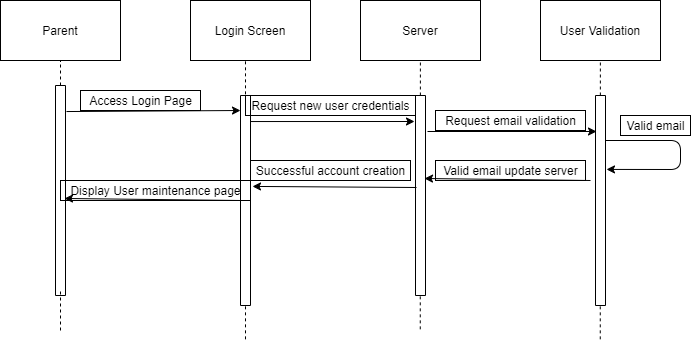
This is Deliverables/Week_3/Use_Case/Parent/Sequence Diagrams/Registration.png from Hanandrof/Group-3-Repository, a draw.io export, as it was before one commit. Source tidied: cells renumbered, new cells last; positions are measured from the earlier drawing's top-left corner, leaving out a move shared by most shapes.
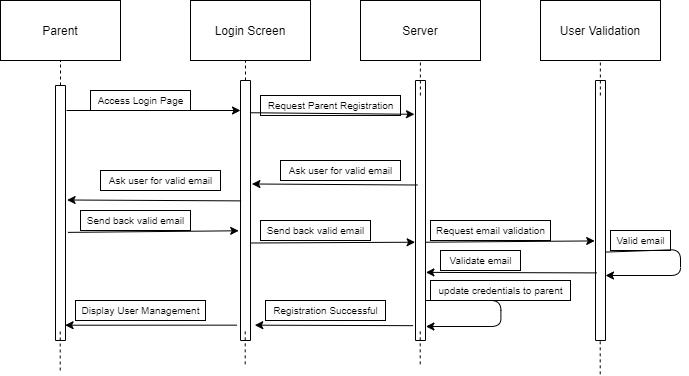
Above is the later version.

Change to the diagram source:
```diff
@@ -2,128 +2,160 @@
   <root>
     <mxCell id="0" />
     <mxCell id="1" parent="0" />
-    <mxCell id="2" value="Parent" style="rounded=0;whiteSpace=wrap;html=1;" parent="1" vertex="1">
+    <mxCell id="2" value="Parent" style="rounded=0;whiteSpace=wrap;html=1;fontSize=12;" parent="1" vertex="1">
       <mxGeometry width="120" height="60" as="geometry" />
     </mxCell>
-    <mxCell id="3" value="Server" style="rounded=0;whiteSpace=wrap;html=1;" parent="1" vertex="1">
+    <mxCell id="3" value="Server" style="rounded=0;whiteSpace=wrap;html=1;fontSize=12;" parent="1" vertex="1">
       <mxGeometry x="360" width="120" height="60" as="geometry" />
     </mxCell>
-    <mxCell id="4" value="Login Screen" style="rounded=0;whiteSpace=wrap;html=1;" parent="1" vertex="1">
+    <mxCell id="4" value="Login Screen" style="rounded=0;whiteSpace=wrap;html=1;fontSize=12;" parent="1" vertex="1">
       <mxGeometry x="190" width="120" height="60" as="geometry" />
     </mxCell>
-    <mxCell id="5" value="User Validation" style="rounded=0;whiteSpace=wrap;html=1;" parent="1" vertex="1">
+    <mxCell id="5" value="User Validation" style="rounded=0;whiteSpace=wrap;html=1;fontSize=12;" parent="1" vertex="1">
       <mxGeometry x="540" width="120" height="60" as="geometry" />
     </mxCell>
-    <mxCell id="6" style="rounded=0;whiteSpace=wrap;html=1;direction=south;" parent="1" vertex="1">
-      <mxGeometry x="55" y="85" width="10" height="210" as="geometry" />
+    <mxCell id="6" style="rounded=0;whiteSpace=wrap;html=1;direction=south;fontSize=10;" parent="1" vertex="1">
+      <mxGeometry x="55" y="85" width="10" height="255" as="geometry" />
     </mxCell>
-    <mxCell id="7" style="rounded=0;whiteSpace=wrap;html=1;direction=south;" parent="1" vertex="1">
-      <mxGeometry x="240" y="95" width="10" height="210" as="geometry" />
+    <mxCell id="7" style="rounded=0;whiteSpace=wrap;html=1;direction=south;fontSize=10;" parent="1" vertex="1">
+      <mxGeometry x="240" y="80" width="10" height="260" as="geometry" />
     </mxCell>
-    <mxCell id="8" style="rounded=0;whiteSpace=wrap;html=1;direction=south;" parent="1" vertex="1">
-      <mxGeometry x="415" y="95" width="10" height="200" as="geometry" />
+    <mxCell id="8" style="rounded=0;whiteSpace=wrap;html=1;direction=south;fontSize=10;" parent="1" vertex="1">
+      <mxGeometry x="415" y="80" width="10" height="260" as="geometry" />
     </mxCell>
-    <mxCell id="9" style="rounded=0;whiteSpace=wrap;html=1;direction=south;" parent="1" vertex="1">
-      <mxGeometry x="595" y="95" width="10" height="210" as="geometry" />
+    <mxCell id="9" style="rounded=0;whiteSpace=wrap;html=1;direction=south;fontSize=10;" parent="1" vertex="1">
+      <mxGeometry x="595" y="80" width="10" height="260" as="geometry" />
     </mxCell>
-    <mxCell id="10" style="endArrow=none;dashed=1;html=1;entryX=0.5;entryY=1;entryDx=0;entryDy=0;exitX=0;exitY=0.5;exitDx=0;exitDy=0;" parent="1" edge="1" source="6" target="2">
+    <mxCell id="10" style="endArrow=none;dashed=1;html=1;entryX=0.5;entryY=1;entryDx=0;entryDy=0;exitX=0;exitY=0.5;exitDx=0;exitDy=0;fontSize=10;" parent="1" edge="1" source="6" target="2">
       <mxGeometry relative="1" as="geometry" />
     </mxCell>
-    <mxCell id="11" style="endArrow=none;dashed=1;html=1;entryX=0.5;entryY=1;entryDx=0;entryDy=0;" parent="1" edge="1">
+    <mxCell id="11" style="endArrow=none;dashed=1;html=1;entryX=0.5;entryY=1;entryDx=0;entryDy=0;fontSize=10;" parent="1" edge="1">
       <mxGeometry relative="1" as="geometry">
-        <mxPoint x="60" y="330" as="sourcePoint" />
-        <mxPoint x="60" y="290" as="targetPoint" />
+        <mxPoint x="59.7" y="370" as="sourcePoint" />
+        <mxPoint x="59.7" y="330" as="targetPoint" />
       </mxGeometry>
     </mxCell>
-    <mxCell id="12" style="endArrow=classic;html=1;exitX=0.124;exitY=-0.1;exitDx=0;exitDy=0;exitPerimeter=0;" parent="1" edge="1" source="6">
+    <mxCell id="12" style="endArrow=classic;html=1;fontSize=10;" parent="1" edge="1">
       <mxGeometry relative="1" as="geometry">
+        <mxPoint x="66" y="110" as="sourcePoint" />
         <mxPoint x="240" y="110" as="targetPoint" />
       </mxGeometry>
     </mxCell>
-    <mxCell id="13" value="Access Login Page" style="text;html=1;align=center;verticalAlign=middle;strokeColor=#000000;" parent="1" vertex="1">
-      <mxGeometry x="80" y="90" width="120" height="20" as="geometry" />
+    <mxCell id="13" value="Access Login Page" style="text;html=1;align=center;verticalAlign=middle;strokeColor=#000000;fontSize=10;" parent="1" vertex="1">
+      <mxGeometry x="90" y="90" width="100" height="20" as="geometry" />
     </mxCell>
-    <mxCell id="14" style="endArrow=classic;html=1;exitX=0.124;exitY=0;exitDx=0;exitDy=0;exitPerimeter=0;entryX=0.13;entryY=1.1;entryDx=0;entryDy=0;entryPerimeter=0;" parent="1" edge="1" source="7" target="8">
+    <mxCell id="14" style="endArrow=classic;html=1;exitX=0.124;exitY=0;exitDx=0;exitDy=0;exitPerimeter=0;entryX=0.13;entryY=1.1;entryDx=0;entryDy=0;entryPerimeter=0;fontSize=10;" parent="1" edge="1" source="7" target="8">
       <mxGeometry relative="1" as="geometry" />
     </mxCell>
-    <mxCell id="15" value="Request new user credentials" style="text;html=1;align=center;verticalAlign=middle;points=[];strokeColor=#000000;" parent="1" vertex="1">
-      <mxGeometry x="245" y="95" width="170" height="20" as="geometry" />
+    <mxCell id="15" value="Request Parent Registration" style="text;html=1;align=center;verticalAlign=middle;points=[];strokeColor=#000000;fontSize=10;" parent="1" vertex="1">
+      <mxGeometry x="260" y="95" width="140" height="20" as="geometry" />
     </mxCell>
-    <mxCell id="16" style="endArrow=classic;html=1;" parent="1" edge="1">
-      <mxGeometry relative="1" as="geometry">
-        <mxPoint x="427" y="131" as="sourcePoint" />
-        <mxPoint x="596" y="131" as="targetPoint" />
-      </mxGeometry>
-    </mxCell>
-    <mxCell id="17" value="Request email validation" style="text;html=1;align=center;verticalAlign=middle;strokeColor=#000000;" parent="1" vertex="1">
-      <mxGeometry x="435" y="110" width="150" height="20" as="geometry" />
-    </mxCell>
-    <mxCell id="18" style="endArrow=classic;html=1;entryX=0.352;entryY=-0.1;entryDx=0;entryDy=0;entryPerimeter=0;" parent="1" edge="1" target="9">
+    <mxCell id="18" style="endArrow=classic;html=1;entryX=0.75;entryY=0;entryDx=0;entryDy=0;exitX=0.66;exitY=0.04;exitDx=0;exitDy=0;exitPerimeter=0;fontSize=10;" parent="1" edge="1" source="9" target="9">
       <mxGeometry relative="1" as="geometry">
-        <mxPoint x="605" y="140" as="sourcePoint" />
         <Array as="points">
-          <mxPoint x="680" y="140" />
-          <mxPoint x="680" y="169" />
+          <mxPoint x="680" y="249" />
+          <mxPoint x="680" y="275" />
         </Array>
       </mxGeometry>
     </mxCell>
-    <mxCell id="19" value="Valid email" style="text;html=1;align=center;verticalAlign=middle;strokeColor=#000000;" parent="1" vertex="1">
-      <mxGeometry x="620" y="115" width="70" height="20" as="geometry" />
+    <mxCell id="19" value="Valid email" style="text;html=1;align=center;verticalAlign=middle;strokeColor=#000000;fontSize=10;" parent="1" vertex="1">
+      <mxGeometry x="610" y="230" width="60" height="20" as="geometry" />
     </mxCell>
-    <mxCell id="20" style="endArrow=classic;html=1;entryX=0.415;entryY=0.1;entryDx=0;entryDy=0;entryPerimeter=0;" parent="1" edge="1" target="8">
-      <mxGeometry relative="1" as="geometry">
-        <mxPoint x="590" y="180" as="sourcePoint" />
-      </mxGeometry>
-    </mxCell>
-    <mxCell id="21" style="endArrow=classic;html=1;exitX=0.46;exitY=0.9;exitDx=0;exitDy=0;exitPerimeter=0;entryX=0.433;entryY=-0.2;entryDx=0;entryDy=0;entryPerimeter=0;" parent="1" edge="1" source="8" target="7">
+    <mxCell id="21" style="endArrow=classic;html=1;exitX=0.402;exitY=0.8;exitDx=0;exitDy=0;exitPerimeter=0;entryX=0.398;entryY=-0.14;entryDx=0;entryDy=0;entryPerimeter=0;fontSize=10;" parent="1" edge="1" source="8" target="7">
       <mxGeometry relative="1" as="geometry" />
     </mxCell>
-    <mxCell id="22" style="endArrow=classic;html=1;exitX=0.5;exitY=1;exitDx=0;exitDy=0;entryX=0.538;entryY=0.1;entryDx=0;entryDy=0;entryPerimeter=0;" parent="1" edge="1" source="7" target="6">
+    <mxCell id="22" style="endArrow=classic;html=1;exitX=0.463;exitY=0.94;exitDx=0;exitDy=0;entryX=0.449;entryY=-0.16;entryDx=0;entryDy=0;entryPerimeter=0;exitPerimeter=0;fontSize=10;" parent="1" edge="1" source="7" target="6">
       <mxGeometry relative="1" as="geometry" />
     </mxCell>
-    <mxCell id="23" value="Successful account creation" style="text;html=1;align=center;verticalAlign=middle;strokeColor=#000000;" parent="1" vertex="1">
-      <mxGeometry x="250" y="160" width="160" height="20" as="geometry" />
+    <mxCell id="23" value="Ask user for valid email" style="text;html=1;align=center;verticalAlign=middle;strokeColor=#000000;fontSize=10;" parent="1" vertex="1">
+      <mxGeometry x="280" y="160" width="120" height="20" as="geometry" />
     </mxCell>
-    <mxCell id="24" value="Valid email update server" style="text;html=1;align=center;verticalAlign=middle;strokeColor=#000000;" parent="1" vertex="1">
-      <mxGeometry x="435" y="160" width="150" height="20" as="geometry" />
-    </mxCell>
-    <mxCell id="25" value="Display User maintenance page" style="text;html=1;align=center;verticalAlign=middle;strokeColor=#000000;" parent="1" vertex="1">
-      <mxGeometry x="60" y="180" width="190" height="20" as="geometry" />
+    <mxCell id="25" value="Send back valid email" style="text;html=1;align=center;verticalAlign=middle;strokeColor=#000000;fontSize=10;" parent="1" vertex="1">
+      <mxGeometry x="80" y="210" width="110" height="20" as="geometry" />
     </mxCell>
-    <mxCell id="26" style="endArrow=none;dashed=1;html=1;entryX=0.5;entryY=1;entryDx=0;entryDy=0;exitX=0;exitY=-0.058;exitDx=0;exitDy=0;exitPerimeter=0;" parent="1" edge="1" source="15">
+    <mxCell id="26" style="endArrow=none;dashed=1;html=1;entryX=0.5;entryY=1;entryDx=0;entryDy=0;fontSize=10;" parent="1" edge="1" source="7">
       <mxGeometry relative="1" as="geometry">
         <mxPoint x="245" y="60" as="targetPoint" />
       </mxGeometry>
     </mxCell>
-    <mxCell id="27" style="endArrow=none;dashed=1;html=1;entryX=0.5;entryY=1;entryDx=0;entryDy=0;exitX=0;exitY=-0.058;exitDx=0;exitDy=0;exitPerimeter=0;" parent="1" edge="1">
+    <mxCell id="27" style="endArrow=none;dashed=1;html=1;entryX=0.5;entryY=1;entryDx=0;entryDy=0;exitX=0;exitY=-0.058;exitDx=0;exitDy=0;exitPerimeter=0;fontSize=10;" parent="1" edge="1">
       <mxGeometry relative="1" as="geometry">
         <mxPoint x="419.9" y="95" as="sourcePoint" />
         <mxPoint x="419.9" y="61.2" as="targetPoint" />
       </mxGeometry>
     </mxCell>
-    <mxCell id="28" style="endArrow=none;dashed=1;html=1;entryX=0.5;entryY=1;entryDx=0;entryDy=0;exitX=0;exitY=-0.058;exitDx=0;exitDy=0;exitPerimeter=0;" parent="1" edge="1">
+    <mxCell id="28" style="endArrow=none;dashed=1;html=1;entryX=0.5;entryY=1;entryDx=0;entryDy=0;exitX=0;exitY=-0.058;exitDx=0;exitDy=0;exitPerimeter=0;fontSize=10;" parent="1" edge="1">
       <mxGeometry relative="1" as="geometry">
         <mxPoint x="599.9" y="95" as="sourcePoint" />
         <mxPoint x="599.9" y="61.2" as="targetPoint" />
       </mxGeometry>
     </mxCell>
-    <mxCell id="29" style="endArrow=none;dashed=1;html=1;entryX=0.5;entryY=1;entryDx=0;entryDy=0;exitX=0;exitY=-0.058;exitDx=0;exitDy=0;exitPerimeter=0;" parent="1" edge="1">
+    <mxCell id="29" style="endArrow=none;dashed=1;html=1;entryX=0.5;entryY=1;entryDx=0;entryDy=0;exitX=0;exitY=-0.058;exitDx=0;exitDy=0;exitPerimeter=0;fontSize=10;" parent="1" edge="1">
       <mxGeometry relative="1" as="geometry">
-        <mxPoint x="599.8" y="338.8" as="sourcePoint" />
-        <mxPoint x="599.8" y="305" as="targetPoint" />
+        <mxPoint x="599.7" y="373.8" as="sourcePoint" />
+        <mxPoint x="599.7" y="340" as="targetPoint" />
       </mxGeometry>
     </mxCell>
-    <mxCell id="30" style="endArrow=none;dashed=1;html=1;entryX=0.5;entryY=1;entryDx=0;entryDy=0;exitX=0;exitY=-0.058;exitDx=0;exitDy=0;exitPerimeter=0;" parent="1" edge="1">
+    <mxCell id="30" style="endArrow=none;dashed=1;html=1;entryX=0.5;entryY=1;entryDx=0;entryDy=0;exitX=0;exitY=-0.058;exitDx=0;exitDy=0;exitPerimeter=0;fontSize=10;" parent="1" edge="1">
       <mxGeometry relative="1" as="geometry">
-        <mxPoint x="419.8" y="328.8" as="sourcePoint" />
-        <mxPoint x="419.8" y="295" as="targetPoint" />
+        <mxPoint x="419.7" y="363.8" as="sourcePoint" />
+        <mxPoint x="419.7" y="330" as="targetPoint" />
       </mxGeometry>
     </mxCell>
-    <mxCell id="31" style="endArrow=none;dashed=1;html=1;entryX=0.5;entryY=1;entryDx=0;entryDy=0;exitX=0;exitY=-0.058;exitDx=0;exitDy=0;exitPerimeter=0;" parent="1" edge="1">
+    <mxCell id="31" style="endArrow=none;dashed=1;html=1;entryX=0.5;entryY=1;entryDx=0;entryDy=0;exitX=0;exitY=-0.058;exitDx=0;exitDy=0;exitPerimeter=0;fontSize=10;" parent="1" edge="1">
       <mxGeometry relative="1" as="geometry">
-        <mxPoint x="245" y="338.8" as="sourcePoint" />
-        <mxPoint x="245" y="305" as="targetPoint" />
+        <mxPoint x="244.7" y="363.8" as="sourcePoint" />
+        <mxPoint x="244.7" y="330" as="targetPoint" />
       </mxGeometry>
     </mxCell>
+    <mxCell id="32" value="Ask user for valid email" style="text;html=1;align=center;verticalAlign=middle;strokeColor=#000000;fontSize=10;" parent="1" vertex="1">
+      <mxGeometry x="100" y="170" width="120" height="20" as="geometry" />
+    </mxCell>
+    <mxCell id="33" style="endArrow=classic;html=1;exitX=0.576;exitY=-0.24;exitDx=0;exitDy=0;exitPerimeter=0;entryX=0.578;entryY=1.18;entryDx=0;entryDy=0;entryPerimeter=0;fontSize=10;" parent="1" edge="1" source="6" target="7">
+      <mxGeometry relative="1" as="geometry" />
+    </mxCell>
+    <mxCell id="34" value="Send back valid email" style="text;html=1;align=center;verticalAlign=middle;strokeColor=#000000;fontSize=10;" parent="1" vertex="1">
+      <mxGeometry x="260" y="220" width="110" height="20" as="geometry" />
+    </mxCell>
+    <mxCell id="35" style="endArrow=classic;html=1;exitX=0.625;exitY=0.02;exitDx=0;exitDy=0;entryX=0.622;entryY=1.04;entryDx=0;entryDy=0;entryPerimeter=0;exitPerimeter=0;fontSize=10;" parent="1" edge="1" source="7" target="8">
+      <mxGeometry relative="1" as="geometry" />
+    </mxCell>
+    <mxCell id="36" style="endArrow=classic;html=1;fontSize=10;entryX=0.617;entryY=1.08;entryDx=0;entryDy=0;entryPerimeter=0;exitX=0.622;exitY=-0.04;exitDx=0;exitDy=0;exitPerimeter=0;" parent="1" edge="1" source="8" target="9">
+      <mxGeometry relative="1" as="geometry" />
+    </mxCell>
+    <mxCell id="17" value="Request email validation" style="text;html=1;align=center;verticalAlign=middle;strokeColor=#000000;fontSize=10;" parent="1" vertex="1">
+      <mxGeometry x="430" y="220" width="120" height="20" as="geometry" />
+    </mxCell>
+    <mxCell id="37" style="endArrow=classic;html=1;exitX=0.74;exitY=0.88;exitDx=0;exitDy=0;exitPerimeter=0;entryX=0.738;entryY=-0.04;entryDx=0;entryDy=0;entryPerimeter=0;fontSize=10;" parent="1" edge="1" source="9" target="8">
+      <mxGeometry relative="1" as="geometry" />
+    </mxCell>
+    <mxCell id="38" value="Validate email" style="text;html=1;align=center;verticalAlign=middle;strokeColor=#000000;fontSize=10;" parent="1" vertex="1">
+      <mxGeometry x="440" y="250" width="80" height="20" as="geometry" />
+    </mxCell>
+    <mxCell id="39" style="endArrow=classic;html=1;entryX=0.75;entryY=0;entryDx=0;entryDy=0;fontSize=10;" parent="1" edge="1">
+      <mxGeometry relative="1" as="geometry">
+        <mxPoint x="425" y="300" as="sourcePoint" />
+        <mxPoint x="425.4" y="326" as="targetPoint" />
+        <Array as="points">
+          <mxPoint x="500.4" y="300" />
+          <mxPoint x="500.4" y="326" />
+        </Array>
+      </mxGeometry>
+    </mxCell>
+    <mxCell id="40" value="update credentials to parent" style="text;html=1;align=center;verticalAlign=middle;strokeColor=#000000;fontSize=10;" parent="1" vertex="1">
+      <mxGeometry x="430" y="280" width="140" height="20" as="geometry" />
+    </mxCell>
+    <mxCell id="41" style="endArrow=classic;html=1;fontSize=10;exitX=0.943;exitY=1.243;exitDx=0;exitDy=0;exitPerimeter=0;entryX=0.941;entryY=-0.429;entryDx=0;entryDy=0;entryPerimeter=0;" parent="1" edge="1" source="8" target="7">
+      <mxGeometry relative="1" as="geometry" />
+    </mxCell>
+    <mxCell id="42" value="Registration Successful" style="text;html=1;align=center;verticalAlign=middle;strokeColor=#000000;fontSize=10;" parent="1" vertex="1">
+      <mxGeometry x="265" y="300" width="120" height="20" as="geometry" />
+    </mxCell>
+    <mxCell id="43" style="endArrow=classic;html=1;fontSize=10;exitX=0.941;exitY=1.343;exitDx=0;exitDy=0;exitPerimeter=0;entryX=0.94;entryY=0.043;entryDx=0;entryDy=0;entryPerimeter=0;" parent="1" edge="1" source="7" target="6">
+      <mxGeometry relative="1" as="geometry" />
+    </mxCell>
+    <mxCell id="44" value="Display User Management" style="text;html=1;align=center;verticalAlign=middle;strokeColor=#000000;fontSize=10;" parent="1" vertex="1">
+      <mxGeometry x="75" y="300" width="130" height="20" as="geometry" />
+    </mxCell>
   </root>
 </mxGraphModel>
```
